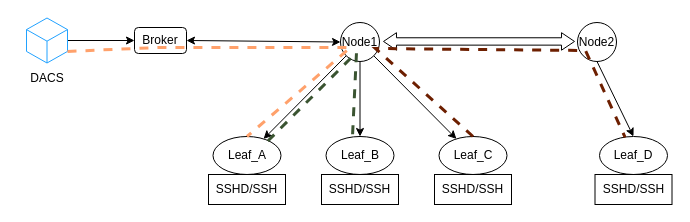
Before: page "ssh" (2 of 2) of control-node.drawio in supengchuan/draow-io-design, a draw.io diagram. Source tidied: cells renumbered, new cells numbered last; positions are measured from the earlier drawing's top-left corner, leaving out a move shared by most shapes. Both pictures are drawn from the tidied source at 100%, with x=0, y=0 at pixel (17, 17).
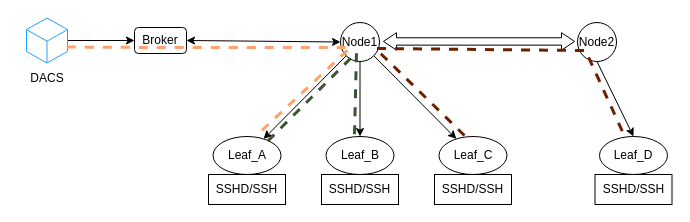
The same page after the edit.

The change refers to these unchanged cells:
```xml
<mxCell id="7" value="Leaf_A" style="ellipse;whiteSpace=wrap;html=1;" parent="1" vertex="1">
  <mxGeometry x="195.5" y="119" width="68" height="38" as="geometry" />
</mxCell>
<mxCell id="8" value="Leaf_B" style="ellipse;whiteSpace=wrap;html=1;" parent="1" vertex="1">
  <mxGeometry x="308.5" y="119" width="68" height="38" as="geometry" />
</mxCell>
<mxCell id="9" value="Leaf_C" style="ellipse;whiteSpace=wrap;html=1;" parent="1" vertex="1">
  <mxGeometry x="421.5" y="119" width="68" height="38" as="geometry" />
</mxCell>
<mxCell id="10" value="Leaf_D" style="ellipse;whiteSpace=wrap;html=1;" parent="1" vertex="1">
  <mxGeometry x="582" y="119" width="68" height="38" as="geometry" />
</mxCell>
<mxCell id="20" style="html=1;whiteSpace=wrap;shape=isoCube2;backgroundOutline=1;isoAngle=17.52264186314173;strokeColor=#22a2ff;" parent="1" vertex="1">
  <mxGeometry x="9" y="0.5" width="41" height="45" as="geometry" />
</mxCell>
```

The edit, as a diff of the source:
```diff
@@
-    <mxCell id="22" style="endArrow=none;dashed=1;html=1;rounded=0;exitX=0;exitY=0;exitDx=41;exitDy=33.421060704392346;exitPerimeter=0;entryX=0.5;entryY=0;entryDx=0;entryDy=0;strokeColor=#FFA16B;strokeWidth=3;" parent="1" edge="1" source="20" target="7">
+    <mxCell id="22" style="endArrow=none;dashed=1;html=1;rounded=0;exitX=0.982;exitY=0.646;exitDx=0;exitDy=0;exitPerimeter=0;strokeColor=#FFA16B;strokeWidth=3;" parent="1" edge="1" source="20">
       <mxGeometry relative="1" as="geometry">
+        <mxPoint x="239" y="118" as="targetPoint" />
         <Array as="points">
           <mxPoint x="141" y="30" />
           <mxPoint x="333" y="30" />
         </Array>
       </mxGeometry>
     </mxCell>
-    <mxCell id="23" style="endArrow=none;dashed=1;html=1;rounded=0;strokeColor=#3A5431;strokeWidth=3;entryX=0.39;entryY=-0.019;entryDx=0;entryDy=0;fillColor=#6d8764;exitX=0.807;exitY=0.117;exitDx=0;exitDy=0;exitPerimeter=0;entryPerimeter=0;" parent="1" edge="1" source="7" target="8">
+    <mxCell id="23" style="endArrow=none;dashed=1;html=1;rounded=0;strokeColor=#3A5431;strokeWidth=3;fillColor=#6d8764;exitX=0.807;exitY=0.117;exitDx=0;exitDy=0;exitPerimeter=0;" parent="1" edge="1" source="7">
       <mxGeometry relative="1" as="geometry">
+        <mxPoint x="337" y="117" as="targetPoint" />
         <Array as="points">
           <mxPoint x="339" y="35" />
         </Array>
       </mxGeometry>
     </mxCell>
-    <mxCell id="24" style="endArrow=none;dashed=1;html=1;rounded=0;strokeColor=#6D1F00;strokeWidth=3;entryX=0.376;entryY=0.02;entryDx=0;entryDy=0;entryPerimeter=0;exitX=0.5;exitY=0;exitDx=0;exitDy=0;fillColor=#a0522d;" parent="1" edge="1" source="9" target="10">
+    <mxCell id="24" style="endArrow=none;dashed=1;html=1;rounded=0;strokeColor=#6D1F00;strokeWidth=3;entryX=0.376;entryY=0.02;entryDx=0;entryDy=0;entryPerimeter=0;fillColor=#a0522d;" parent="1" edge="1" target="10">
       <mxGeometry relative="1" as="geometry">
+        <mxPoint x="447" y="118" as="sourcePoint" />
         <Array as="points">
           <mxPoint x="358" y="31" />
           <mxPoint x="568" y="33" />
         </Array>
       </mxGeometry>
     </mxCell>
```
